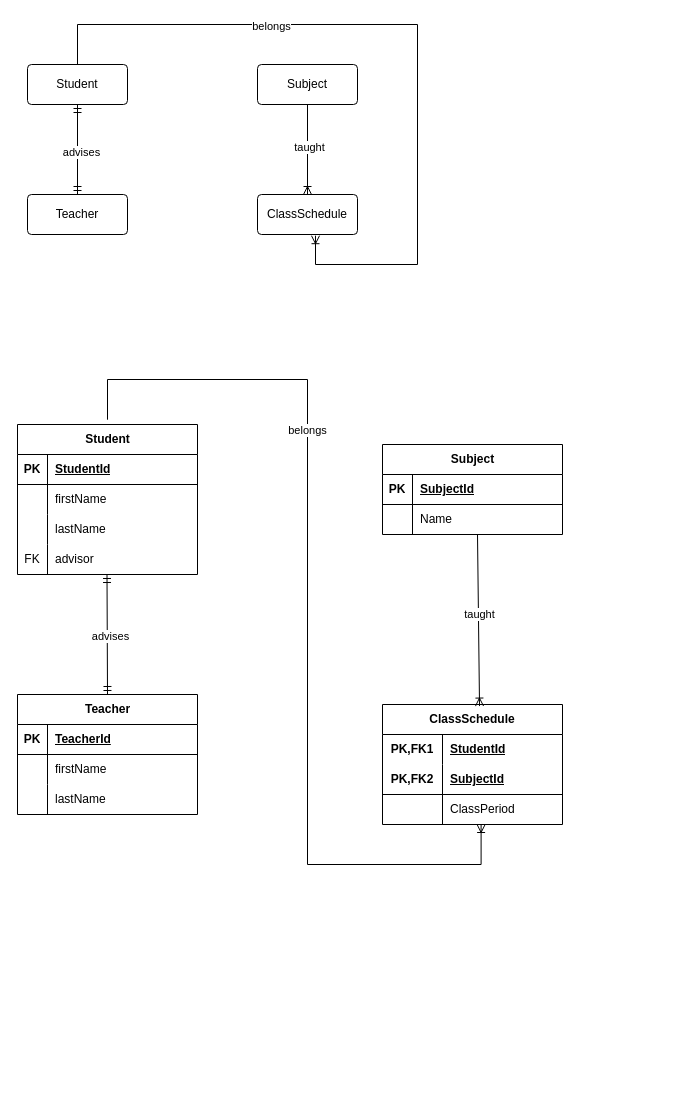
This is FirstFormAssignment.drawio from Devekr63/EssentialSQLSamples, a draw.io file, before an edit. Source tidied: cells renumbered, new cells numbered last; positions are measured from the earlier drawing's top-left corner, leaving out a move shared by most shapes. Both pictures are drawn from the tidied source at 100%, with x=0, y=0 at pixel (17, 24).
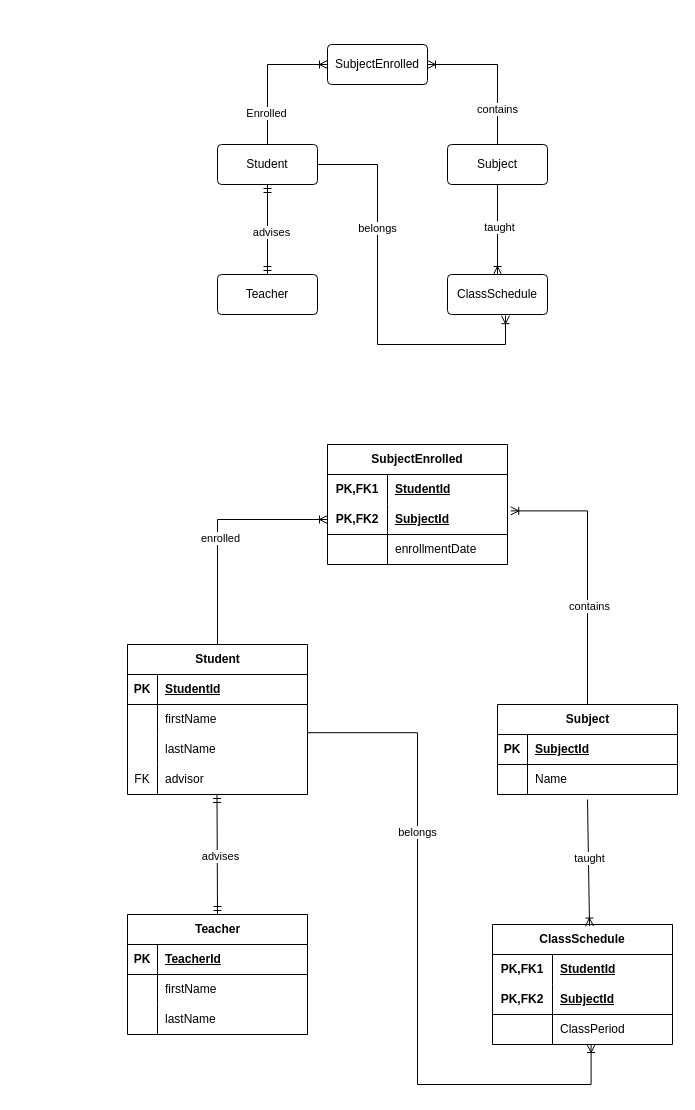
Above is the later version.

Unchanged cells that the change refers to:
```xml
<mxCell id="19" style="shape=tableRow;horizontal=0;startSize=0;swimlaneHead=0;swimlaneBody=0;fillColor=none;points=[[0,0.5],[1,0.5]];portConstraint=eastwest;top=0;left=0;right=0;bottom=0;" parent="12" vertex="1">
  <mxGeometry y="90" width="180" height="30" as="geometry" />
</mxCell>
```

Change to the diagram source:
```diff
@@
     <mxCell id="2" value="Student" style="rounded=1;arcSize=10;whiteSpace=wrap;html=1;align=center;" parent="1" vertex="1">
-      <mxGeometry x="10" y="40" width="100" height="40" as="geometry" />
+      <mxGeometry x="200" y="120" width="100" height="40" as="geometry" />
     </mxCell>
     <mxCell id="3" value="Teacher" style="rounded=1;arcSize=10;whiteSpace=wrap;html=1;align=center;" parent="1" vertex="1">
-      <mxGeometry x="10" y="170" width="100" height="40" as="geometry" />
+      <mxGeometry x="200" y="250" width="100" height="40" as="geometry" />
     </mxCell>
     <mxCell id="4" value="Subject" style="rounded=1;arcSize=10;whiteSpace=wrap;html=1;align=center;" parent="1" vertex="1">
-      <mxGeometry x="240" y="40" width="100" height="40" as="geometry" />
+      <mxGeometry x="430" y="120" width="100" height="40" as="geometry" />
     </mxCell>
     <mxCell id="5" value="ClassSchedule" style="rounded=1;arcSize=10;whiteSpace=wrap;html=1;align=center;" parent="1" vertex="1">
-      <mxGeometry x="240" y="170" width="100" height="40" as="geometry" />
+      <mxGeometry x="430" y="250" width="100" height="40" as="geometry" />
     </mxCell>
@@
-    <mxCell id="10" style="edgeStyle=orthogonalEdgeStyle;fontSize=12;html=1;endArrow=ERoneToMany;rounded=0;exitX=0.5;exitY=0;exitDx=0;exitDy=0;entryX=0.58;entryY=1.03;entryDx=0;entryDy=0;entryPerimeter=0;" parent="1" edge="1" source="2" target="5">
+    <mxCell id="10" style="edgeStyle=orthogonalEdgeStyle;fontSize=12;html=1;endArrow=ERoneToMany;rounded=0;exitX=1;exitY=0.5;exitDx=0;exitDy=0;entryX=0.58;entryY=1.03;entryDx=0;entryDy=0;entryPerimeter=0;" parent="1" edge="1" source="2" target="5">
       <mxGeometry relative="1" as="geometry">
         <Array as="points">
-          <mxPoint x="60" />
-          <mxPoint x="400" />
-          <mxPoint x="400" y="240" />
-          <mxPoint x="298" y="240" />
+          <mxPoint x="360" y="140" />
+          <mxPoint x="360" y="320" />
+          <mxPoint x="488" y="320" />
         </Array>
       </mxGeometry>
     </mxCell>
@@
     <mxCell id="12" value="Student" style="shape=table;startSize=30;childLayout=tableLayout;rowLines=0;fontStyle=1;align=center;html=1;" parent="1" vertex="1">
-      <mxGeometry y="400" width="180" height="150" as="geometry" />
+      <mxGeometry x="110" y="620" width="180" height="150" as="geometry" />
     </mxCell>
@@
     <mxCell id="25" value="Subject" style="shape=table;startSize=30;childLayout=tableLayout;rowLines=0;fontStyle=1;align=center;html=1;" parent="1" vertex="1">
-      <mxGeometry x="365" y="420" width="180" height="90" as="geometry" />
+      <mxGeometry x="480" y="680" width="180" height="90" as="geometry" />
     </mxCell>
@@
     <mxCell id="32" value="Teacher" style="shape=table;startSize=30;childLayout=tableLayout;rowLines=0;fontStyle=1;align=center;html=1;" parent="1" vertex="1">
-      <mxGeometry y="670" width="180" height="120" as="geometry" />
+      <mxGeometry x="110" y="890" width="180" height="120" as="geometry" />
     </mxCell>
@@
     <mxCell id="42" value="ClassSchedule" style="shape=table;startSize=30;childLayout=tableLayout;rowLines=0;fontStyle=1;align=center;html=1;whiteSpace=wrap;" parent="1" vertex="1">
-      <mxGeometry x="365" y="680" width="180" height="120" as="geometry" />
+      <mxGeometry x="475" y="900" width="180" height="120" as="geometry" />
     </mxCell>
@@
     <mxCell id="52" style="fontSize=12;html=1;endArrow=ERmandOne;startArrow=ERmandOne;rounded=0;exitX=0.5;exitY=1;exitDx=0;exitDy=0;entryX=0.5;entryY=0;entryDx=0;entryDy=0;" parent="1" edge="1" target="32">
       <mxGeometry relative="1" as="geometry">
-        <mxPoint x="89.5" y="550" as="sourcePoint" />
+        <mxPoint x="199.5" y="770" as="sourcePoint" />
       </mxGeometry>
     </mxCell>
@@
-    <mxCell id="54" style="fontSize=12;html=1;endArrow=ERoneToMany;rounded=0;exitX=0.5;exitY=1;exitDx=0;exitDy=0;entryX=0.539;entryY=0.013;entryDx=0;entryDy=0;entryPerimeter=0;" parent="1" edge="1" target="42">
+    <mxCell id="54" style="fontSize=12;html=1;endArrow=ERoneToMany;rounded=0;entryX=0.539;entryY=0.013;entryDx=0;entryDy=0;entryPerimeter=0;" parent="1" edge="1" target="42">
       <mxGeometry relative="1" as="geometry">
-        <mxPoint x="460" y="510" as="sourcePoint" />
+        <mxPoint x="570" y="775" as="sourcePoint" />
       </mxGeometry>
     </mxCell>
@@
-    <mxCell id="56" style="edgeStyle=orthogonalEdgeStyle;fontSize=12;html=1;endArrow=ERoneToMany;rounded=0;exitX=0.5;exitY=0;exitDx=0;exitDy=0;entryX=0.548;entryY=1.16;entryDx=0;entryDy=0;entryPerimeter=0;" parent="1" edge="1">
+    <mxCell id="56" style="edgeStyle=orthogonalEdgeStyle;fontSize=12;html=1;endArrow=ERoneToMany;rounded=0;exitX=1.002;exitY=-0.06;exitDx=0;exitDy=0;entryX=0.548;entryY=1.16;entryDx=0;entryDy=0;entryPerimeter=0;exitPerimeter=0;" parent="1" edge="1" source="19">
       <mxGeometry relative="1" as="geometry">
-        <mxPoint x="90" y="395.2" as="sourcePoint" />
-        <mxPoint x="463.6" y="800" as="targetPoint" />
+        <mxPoint x="573.6" y="1020" as="targetPoint" />
         <Array as="points">
-          <mxPoint x="90" y="355" />
-          <mxPoint x="290" y="355" />
-          <mxPoint x="290" y="840" />
-          <mxPoint x="464" y="840" />
+          <mxPoint x="400" y="708" />
+          <mxPoint x="400" y="1060" />
+          <mxPoint x="574" y="1060" />
         </Array>
       </mxGeometry>
     </mxCell>
@@
+    <mxCell id="58" value="SubjectEnrolled" style="rounded=1;arcSize=10;whiteSpace=wrap;html=1;align=center;" parent="1" vertex="1">
+      <mxGeometry x="310" y="20" width="100" height="40" as="geometry" />
+    </mxCell>
+    <mxCell id="59" style="edgeStyle=orthogonalEdgeStyle;fontSize=12;html=1;endArrow=ERoneToMany;rounded=0;exitX=0.5;exitY=0;exitDx=0;exitDy=0;entryX=0;entryY=0.5;entryDx=0;entryDy=0;" parent="1" edge="1" source="2" target="58">
+      <mxGeometry relative="1" as="geometry" />
+    </mxCell>
+    <mxCell id="60" value="Enrolled" style="edgeLabel;html=1;align=center;verticalAlign=middle;" parent="59" vertex="1">
+      <mxGeometry x="-0.54" y="2" relative="1" as="geometry" />
+    </mxCell>
+    <mxCell id="61" style="edgeStyle=orthogonalEdgeStyle;fontSize=12;html=1;endArrow=ERoneToMany;rounded=0;exitX=0.5;exitY=0;exitDx=0;exitDy=0;entryX=1;entryY=0.5;entryDx=0;entryDy=0;" parent="1" edge="1" source="4" target="58">
+      <mxGeometry relative="1" as="geometry">
+        <Array as="points">
+          <mxPoint x="480" y="40" />
+        </Array>
+      </mxGeometry>
+    </mxCell>
+    <mxCell id="62" value="contains" style="edgeLabel;html=1;align=center;verticalAlign=middle;" parent="61" vertex="1">
+      <mxGeometry x="-0.52" y="1" relative="1" as="geometry" />
+    </mxCell>
+    <mxCell id="63" value="SubjectEnrolled" style="shape=table;startSize=30;childLayout=tableLayout;rowLines=0;fontStyle=1;align=center;html=1;whiteSpace=wrap;" parent="1" vertex="1">
+      <mxGeometry x="310" y="420" width="180" height="120" as="geometry" />
+    </mxCell>
+    <mxCell id="64" style="shape=tableRow;horizontal=0;startSize=0;swimlaneHead=0;swimlaneBody=0;fillColor=none;top=0;left=0;right=0;bottom=0;html=1;" parent="63" vertex="1">
+      <mxGeometry y="30" width="180" height="30" as="geometry" />
+    </mxCell>
+    <mxCell id="65" value="PK,FK1" style="shape=partialRectangle;fillColor=none;top=0;left=0;bottom=0;right=0;fontStyle=1;overflow=hidden;html=1;whiteSpace=wrap;" parent="64" vertex="1">
+      <mxGeometry width="60" height="30" as="geometry" />
+    </mxCell>
+    <mxCell id="66" value="StudentId" style="shape=partialRectangle;fillColor=none;top=0;left=0;bottom=0;right=0;align=left;spacingLeft=6;fontStyle=5;overflow=hidden;html=1;whiteSpace=wrap;" parent="64" vertex="1">
+      <mxGeometry x="60" width="120" height="30" as="geometry" />
+    </mxCell>
+    <mxCell id="67" style="shape=tableRow;horizontal=0;startSize=0;swimlaneHead=0;swimlaneBody=0;fillColor=none;points=[[0,0.5],[1,0.5]];portConstraint=eastwest;top=0;left=0;right=0;bottom=1;html=1;" parent="63" vertex="1">
+      <mxGeometry y="60" width="180" height="30" as="geometry" />
+    </mxCell>
+    <mxCell id="68" value="PK,FK2" style="shape=partialRectangle;fillColor=none;top=0;left=0;bottom=0;right=0;fontStyle=1;overflow=hidden;html=1;whiteSpace=wrap;" parent="67" vertex="1">
+      <mxGeometry width="60" height="30" as="geometry" />
+    </mxCell>
+    <mxCell id="69" value="SubjectId" style="shape=partialRectangle;fillColor=none;top=0;left=0;bottom=0;right=0;align=left;spacingLeft=6;fontStyle=5;overflow=hidden;html=1;whiteSpace=wrap;" parent="67" vertex="1">
+      <mxGeometry x="60" width="120" height="30" as="geometry" />
+    </mxCell>
+    <mxCell id="70" style="shape=tableRow;horizontal=0;startSize=0;swimlaneHead=0;swimlaneBody=0;fillColor=none;top=0;left=0;right=0;bottom=0;html=1;" parent="63" vertex="1">
+      <mxGeometry y="90" width="180" height="30" as="geometry" />
+    </mxCell>
+    <mxCell id="71" style="shape=partialRectangle;fillColor=none;top=0;left=0;bottom=0;right=0;overflow=hidden;html=1;whiteSpace=wrap;" parent="70" vertex="1">
+      <mxGeometry width="60" height="30" as="geometry" />
+    </mxCell>
+    <mxCell id="72" value="enrollmentDate" style="shape=partialRectangle;fillColor=none;top=0;left=0;bottom=0;right=0;align=left;spacingLeft=6;overflow=hidden;html=1;whiteSpace=wrap;" parent="70" vertex="1">
+      <mxGeometry x="60" width="120" height="30" as="geometry" />
+    </mxCell>
+    <mxCell id="73" style="edgeStyle=orthogonalEdgeStyle;fontSize=12;html=1;endArrow=ERoneToMany;rounded=0;exitX=0.5;exitY=0;exitDx=0;exitDy=0;entryX=0;entryY=0.5;entryDx=0;entryDy=0;" parent="1" edge="1" source="12" target="67">
+      <mxGeometry relative="1" as="geometry" />
+    </mxCell>
+    <mxCell id="74" value="enrolled" style="edgeLabel;html=1;align=center;verticalAlign=middle;" parent="73" vertex="1">
+      <mxGeometry x="-0.09" y="-2" relative="1" as="geometry" />
+    </mxCell>
+    <mxCell id="75" style="edgeStyle=orthogonalEdgeStyle;fontSize=12;html=1;endArrow=ERoneToMany;rounded=0;exitX=0.5;exitY=0;exitDx=0;exitDy=0;entryX=1.018;entryY=0.213;entryDx=0;entryDy=0;entryPerimeter=0;" parent="1" edge="1" source="25" target="67">
+      <mxGeometry relative="1" as="geometry" />
+    </mxCell>
+    <mxCell id="76" value="contains" style="edgeLabel;html=1;align=center;verticalAlign=middle;" parent="75" vertex="1">
+      <mxGeometry x="-0.27" y="-1" relative="1" as="geometry" />
+    </mxCell>
```
